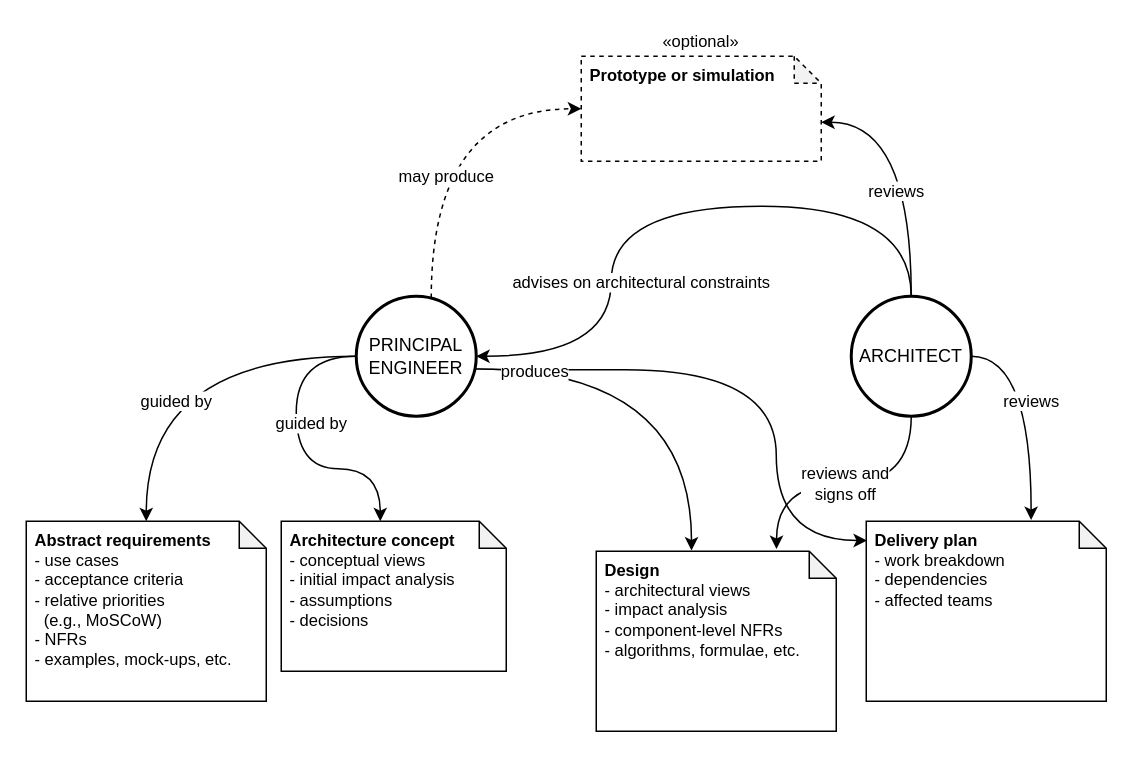
Earlier version of the draw.io diagram page "elaboration" (9 of 13) of assets/diagrams.drawio (ekoutanov/CONTROL). Source tidied: cells renumbered, new cells numbered last; positions are measured from the earlier drawing's top-left corner, leaving out a move shared by most shapes. Both pictures are drawn from the tidied source at 150%, with x=0, y=0 at pixel (26, 26).
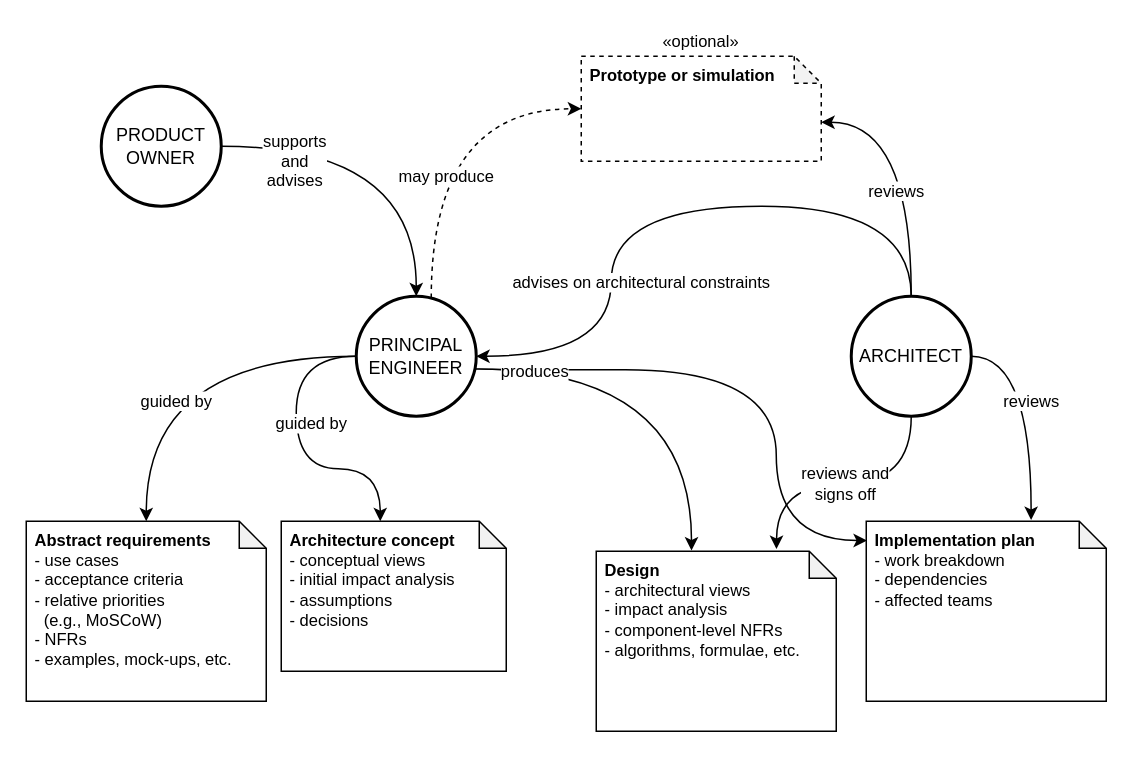
After the change.

Unchanged cells that the change refers to:
```xml
<mxCell id="4" value="PRINCIPAL&lt;div&gt;ENGINEER&lt;/div&gt;" style="ellipse;whiteSpace=wrap;html=1;strokeWidth=2;" parent="1" vertex="1">
  <mxGeometry x="220" y="180" width="80" height="80" as="geometry" />
</mxCell>
```

What changed in the source:
```diff
@@
-    <mxCell id="10" value="&lt;div style=&quot;&quot;&gt;&lt;b&gt;Delivery plan&lt;/b&gt;&lt;/div&gt;&lt;div&gt;- work breakdown&lt;/div&gt;&lt;div&gt;- dependencies&lt;/div&gt;&lt;div&gt;- affected teams&lt;/div&gt;" style="shape=note;whiteSpace=wrap;html=1;backgroundOutline=1;darkOpacity=0.05;fontFamily=Helvetica;fontSize=11;fontColor=default;labelBackgroundColor=default;size=18;align=left;spacingRight=0;spacingLeft=4;verticalAlign=top;" parent="1" vertex="1">
+    <mxCell id="10" value="&lt;div style=&quot;&quot;&gt;&lt;b&gt;Implementation plan&lt;/b&gt;&lt;/div&gt;&lt;div&gt;- work breakdown&lt;/div&gt;&lt;div&gt;- dependencies&lt;/div&gt;&lt;div&gt;- affected teams&lt;/div&gt;" style="shape=note;whiteSpace=wrap;html=1;backgroundOutline=1;darkOpacity=0.05;fontFamily=Helvetica;fontSize=11;fontColor=default;labelBackgroundColor=default;size=18;align=left;spacingRight=0;spacingLeft=4;verticalAlign=top;" parent="1" vertex="1">
       <mxGeometry x="560" y="330" width="160" height="120" as="geometry" />
     </mxCell>
@@
+    <mxCell id="19" value="supports&lt;div&gt;and&lt;/div&gt;&lt;div&gt;advises&lt;/div&gt;" style="edgeStyle=orthogonalEdgeStyle;curved=1;rounded=0;jettySize=auto;html=1;entryX=0.5;entryY=0;entryDx=0;entryDy=0;strokeColor=default;align=center;verticalAlign=middle;fontFamily=Helvetica;fontSize=11;fontColor=default;labelBackgroundColor=default;endArrow=classic;" parent="1" edge="1" source="20" target="4">
+      <mxGeometry x="-0.57" y="-10" relative="1" as="geometry" />
+    </mxCell>
+    <mxCell id="20" value="PRODUCT&lt;div&gt;OWNER&lt;/div&gt;" style="ellipse;whiteSpace=wrap;html=1;strokeWidth=2;" parent="1" vertex="1">
+      <mxGeometry x="50" y="40" width="80" height="80" as="geometry" />
+    </mxCell>
```
